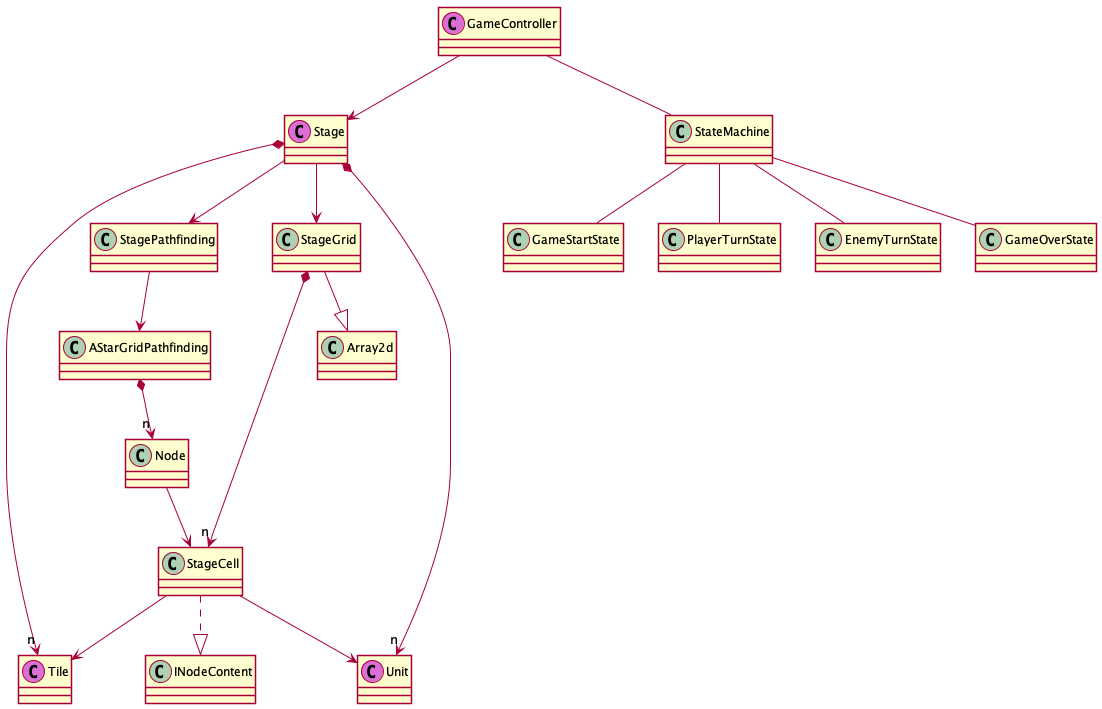
Earlier version of the PlantUML export PlantUML/out/PlantUML/class-overview/class-overview.png (tukanpo/cm12-turn-based-game). The source it was exported from:
```plantuml
@startuml class-overview
skinparam shadowing false
class GameController << (C,orchid) >>
class Stage << (C,orchid) >>
class Tile << (C,orchid) >>
class Unit << (C,orchid) >>
GameController -- StateMachine
StateMachine -- GameStartState
StateMachine -- PlayerTurnState
StateMachine -- EnemyTurnState
StateMachine -- GameOverState
GameController --> Stage
Stage *--> "n" Unit
Stage --> StageGrid
StageGrid --|> Array2d
Stage *--> "n" Tile
StageGrid *--> "n" StageCell
StageCell ..|> INodeContent
StageCell --> Tile
StageCell --> Unit
Stage --> StagePathfinding
StagePathfinding --> AStarGridPathfinding
AStarGridPathfinding *--> "n" AStarGridPathfinding.Node
AStarGridPathfinding.Node --> StageCell
@enduml
```
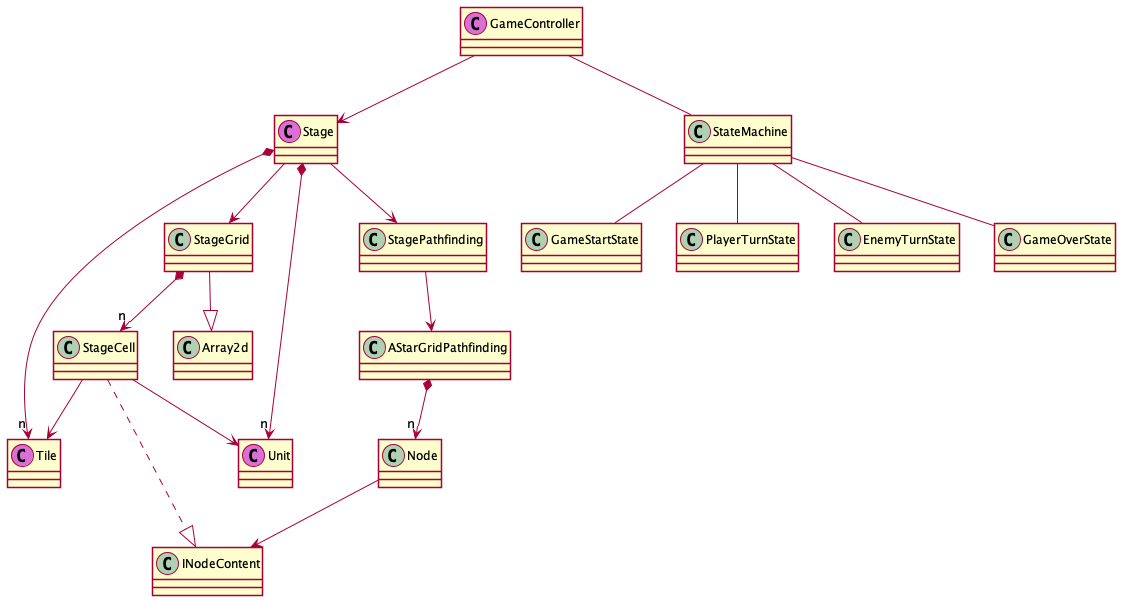
The same diagram one commit later.

The edit, as a diff of the source:
```diff
@@ -21,5 +21,5 @@
 Stage --> StagePathfinding
 StagePathfinding --> AStarGridPathfinding
 AStarGridPathfinding *--> "n" AStarGridPathfinding.Node
-AStarGridPathfinding.Node --> StageCell
+AStarGridPathfinding.Node --> INodeContent
 @enduml
```
